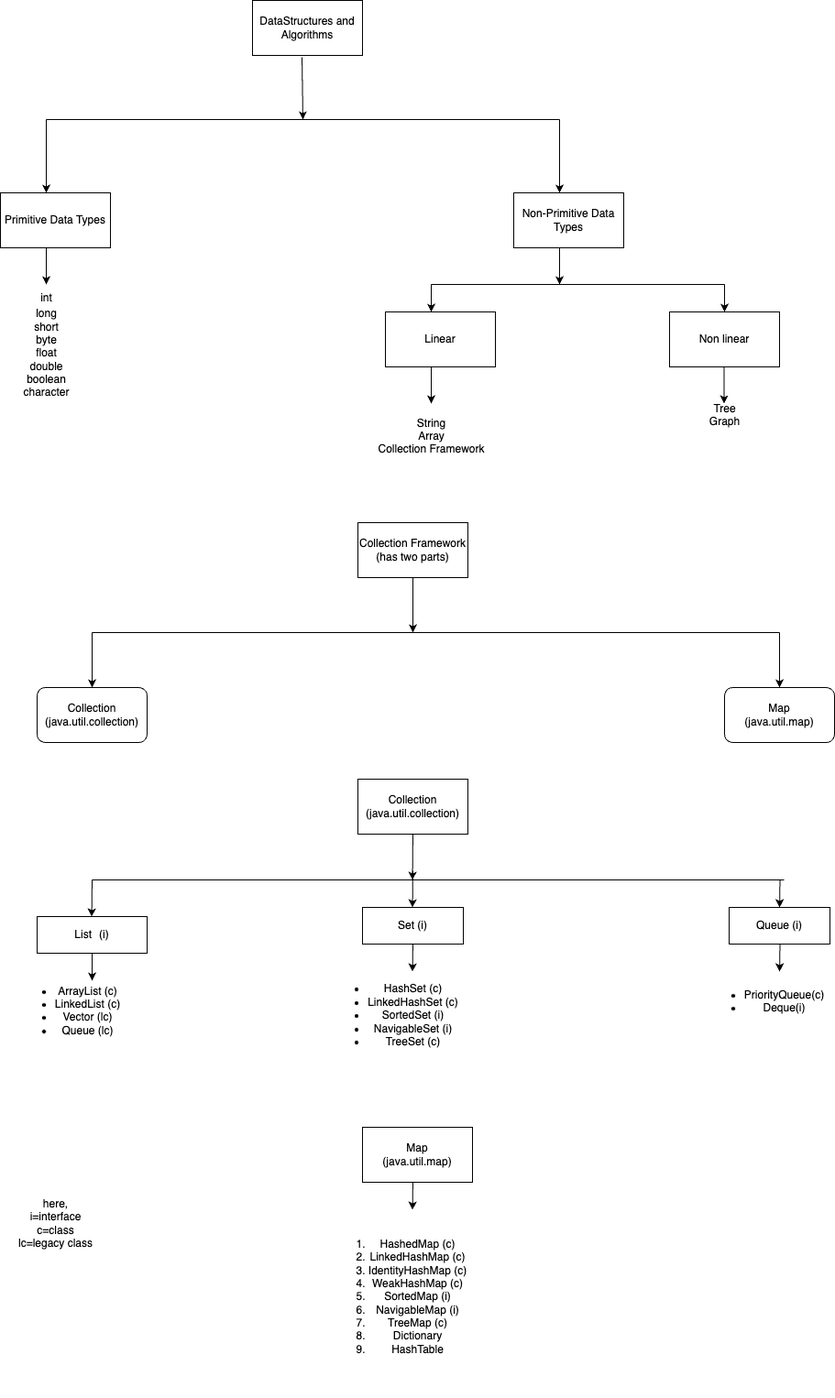
Earlier version of the draw.io export datastructures.drawio.png (rojan-tiwari/Java-Basics). Source tidied: cells renumbered, new cells last; positions are measured from the earlier drawing's top-left corner, leaving out a move shared by most shapes.
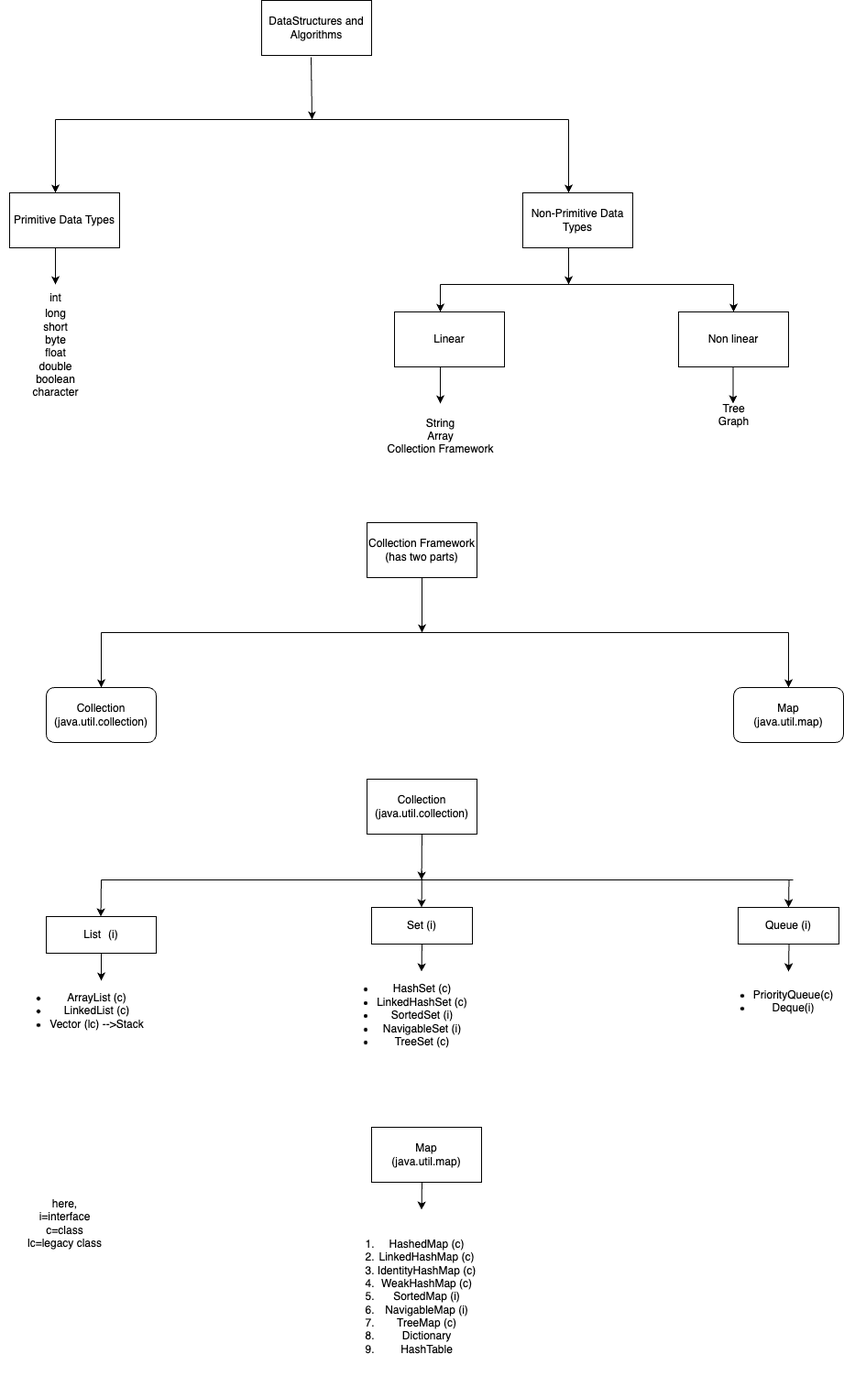
The same file after the commit.

Diff of the diagram source:
```diff
@@ -172,8 +172,8 @@
         <mxPoint x="100" y="1070" as="targetPoint" />
       </mxGeometry>
     </mxCell>
-    <mxCell id="39" value="&lt;div&gt;&lt;ul&gt;&lt;li&gt;ArrayList (c)&lt;/li&gt;&lt;li&gt;LinkedList (c)&lt;/li&gt;&lt;li&gt;Vector (lc)&lt;/li&gt;&lt;li&gt;Queue (lc)&lt;br&gt;&lt;/li&gt;&lt;/ul&gt;&lt;/div&gt;&lt;div&gt;&lt;br&gt;&lt;/div&gt;" style="text;html=1;align=center;verticalAlign=middle;strokeColor=none;fillColor=none;" parent="1" vertex="1">
-      <mxGeometry x="10" y="1045" width="130" height="130" as="geometry" />
+    <mxCell id="39" value="&lt;div&gt;&lt;ul&gt;&lt;li&gt;ArrayList (c)&lt;/li&gt;&lt;li&gt;LinkedList (c)&lt;/li&gt;&lt;li&gt;Vector (lc) --&amp;gt;Stack&lt;/li&gt;&lt;/ul&gt;&lt;/div&gt;&lt;div&gt;&lt;br&gt;&lt;/div&gt;" style="text;html=1;align=center;verticalAlign=middle;strokeColor=none;fillColor=none;" parent="1" vertex="1">
+      <mxGeometry x="-10" y="1055" width="170" height="110" as="geometry" />
     </mxCell>
     <mxCell id="40" value="&lt;div&gt;&lt;ul&gt;&lt;li&gt;HashSet (c)&lt;br&gt;&lt;/li&gt;&lt;li&gt;LinkedHashSet (c)&lt;/li&gt;&lt;li&gt;SortedSet (i)&lt;br&gt;&lt;/li&gt;&lt;li&gt;NavigableSet (i)&lt;/li&gt;&lt;li&gt;TreeSet (c)&lt;br&gt;&lt;/li&gt;&lt;/ul&gt;&lt;/div&gt;&lt;div&gt;&lt;br&gt;&lt;/div&gt;" style="text;html=1;align=center;verticalAlign=middle;strokeColor=none;fillColor=none;" parent="1" vertex="1">
       <mxGeometry x="350" y="1040" width="160" height="150" as="geometry" />
```
